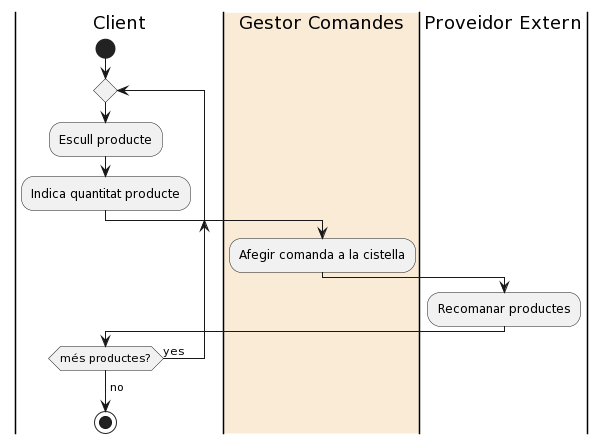
Before: diagrams/sprint2_diag_activitats_solicitud_comanda.png, a diagram exported from PlantUML (yeray142/es2022uab). Source of this version:
```plantuml
@startuml
|Client|
start
repeat
  :Escull producte;
  :Indica quantitat producte;
  |#AntiqueWhite|Gestor Comandes|
  :Afegir comanda a la cistella;
  |Proveidor Extern|
  :Recomanar productes;
  |Client|
repeat while (més productes?) is (yes)
->no;
stop
@enduml
```
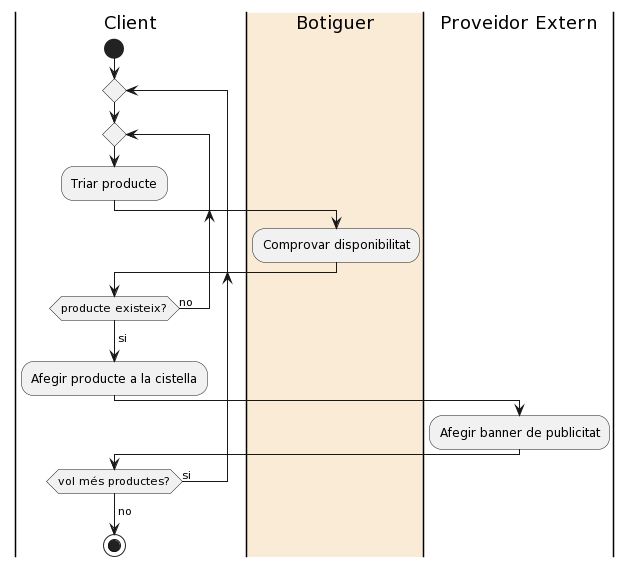
The same diagram one commit later.

Commit message:
Updated diagrama d'activitats de sol·licitud comanda

Diff of the diagram source:
```diff
@@ -2,14 +2,23 @@
 |Client|
 start
 repeat
-  :Escull producte;
-  :Indica quantitat producte;
-  |#AntiqueWhite|Gestor Comandes|
-  :Afegir comanda a la cistella;
+
+  repeat
+    :Triar producte;
+    |#AntiqueWhite|Botiguer|
+    :Comprovar disponibilitat;
+    |Client|
+  repeat while (producte existeix?) is (no)
+  ->si;
+
+  :Afegir producte a la cistella;
+
   |Proveidor Extern|
-  :Recomanar productes;
+  :Afegir banner de publicitat;
+
   |Client|
-repeat while (més productes?) is (yes)
+repeat while (vol més productes?) is (si)
 ->no;
+
 stop
 @enduml
```
